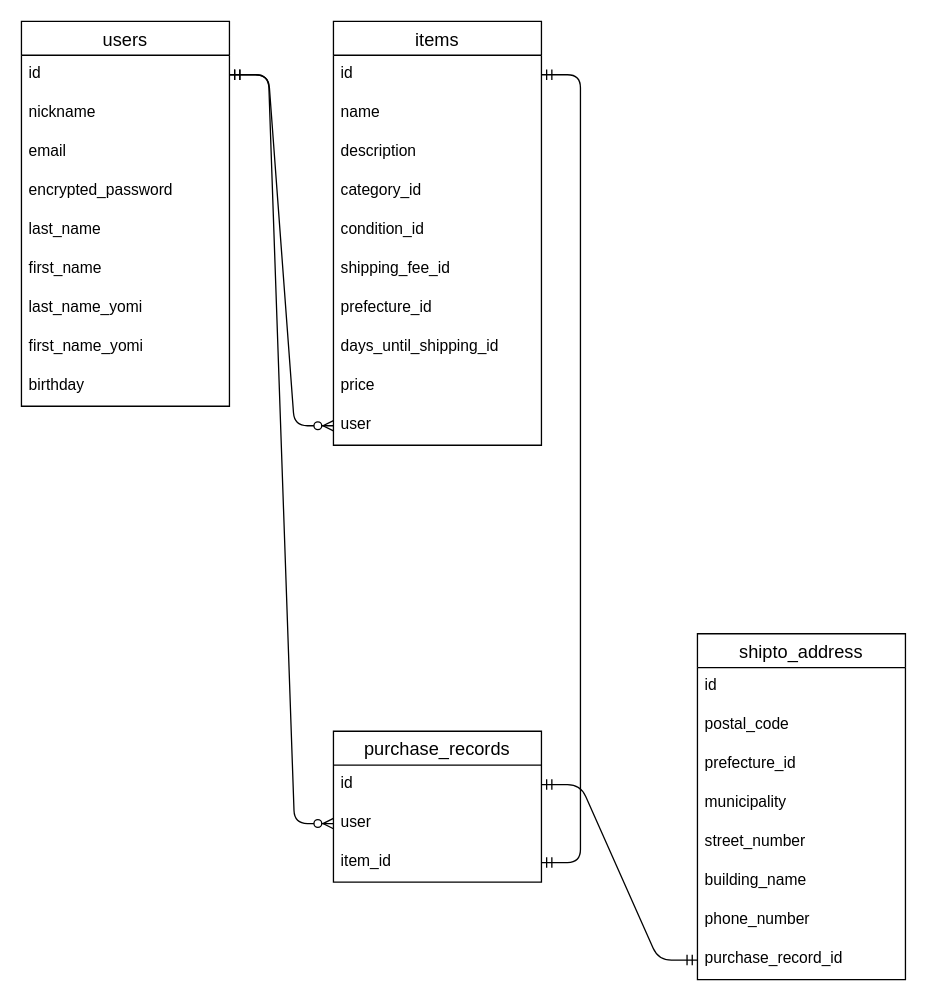
The draw.io diagram ER.dio in Kantakun018/furima-40286, before the edit. Source tidied: cells renumbered, new cells numbered last; positions are measured from the earlier drawing's top-left corner, leaving out a move shared by most shapes. Both pictures are drawn from the tidied source at 130%, with x=0, y=0 at pixel (21, 21).
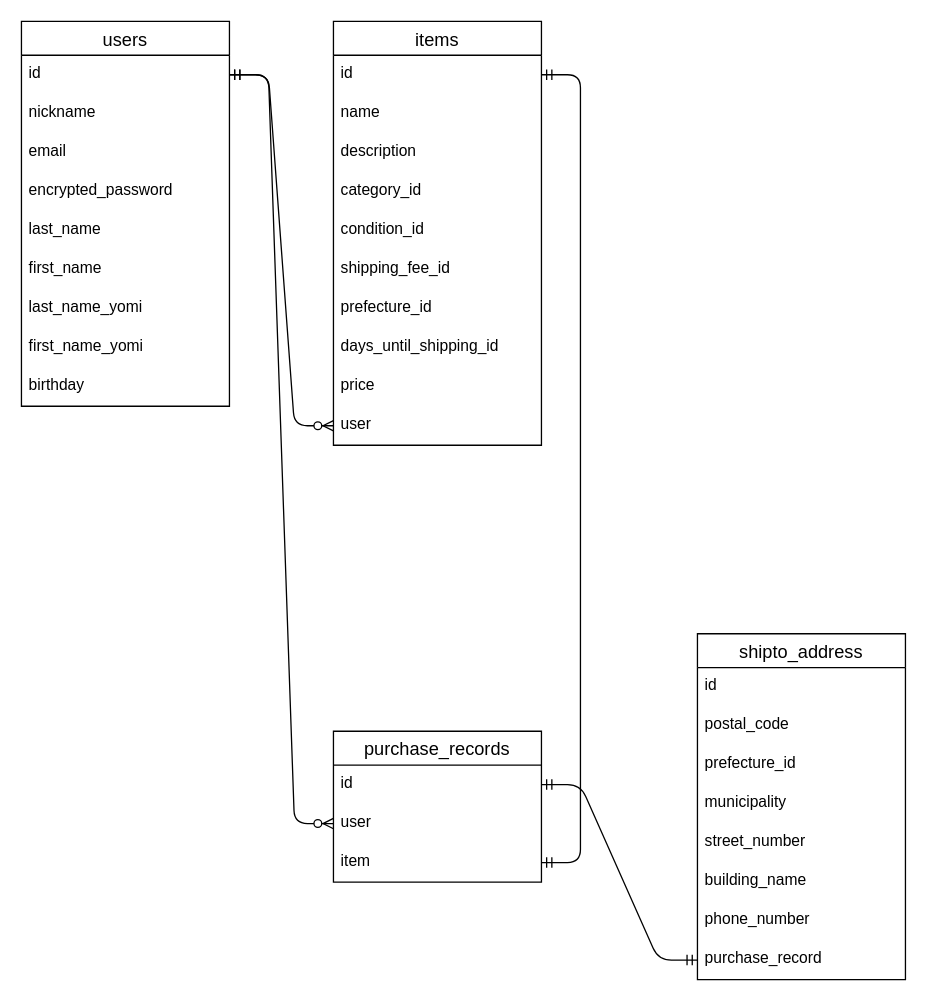
Above is the later version.

Commit message (it also covers changes not shown here):
データベース設計④

Unchanged cells that the change refers to:
```xml
<mxCell id="3" value="purchase_records" style="swimlane;fontStyle=0;horizontal=1;startSize=26;align=center;fontSize=14;" parent="1" vertex="1">
  <mxGeometry x="240" y="546" width="160" height="116" as="geometry" />
</mxCell>
<mxCell id="28" value="shipto_address" style="swimlane;fontStyle=0;horizontal=1;startSize=26;align=center;fontSize=14;" parent="1" vertex="1">
  <mxGeometry x="520" y="471" width="160" height="266" as="geometry" />
</mxCell>
```

What changed in the source:
```diff
@@
-    <mxCell id="6" value="item_id" style="text;strokeColor=none;fillColor=none;spacingLeft=4;spacingRight=4;overflow=hidden;points=[[0,0.5],[1,0.5]];portConstraint=eastwest;fontSize=12;" parent="3" vertex="1">
+    <mxCell id="6" value="item" style="text;strokeColor=none;fillColor=none;spacingLeft=4;spacingRight=4;overflow=hidden;points=[[0,0.5],[1,0.5]];portConstraint=eastwest;fontSize=12;" parent="3" vertex="1">
       <mxGeometry y="86" width="160" height="30" as="geometry" />
     </mxCell>
@@
-    <mxCell id="36" value="purchase_record_id" style="text;strokeColor=none;fillColor=none;spacingLeft=4;spacingRight=4;overflow=hidden;points=[[0,0.5],[1,0.5]];portConstraint=eastwest;fontSize=12;" parent="28" vertex="1">
+    <mxCell id="36" value="purchase_record" style="text;strokeColor=none;fillColor=none;spacingLeft=4;spacingRight=4;overflow=hidden;points=[[0,0.5],[1,0.5]];portConstraint=eastwest;fontSize=12;" parent="28" vertex="1">
       <mxGeometry y="236" width="160" height="30" as="geometry" />
     </mxCell>
```
